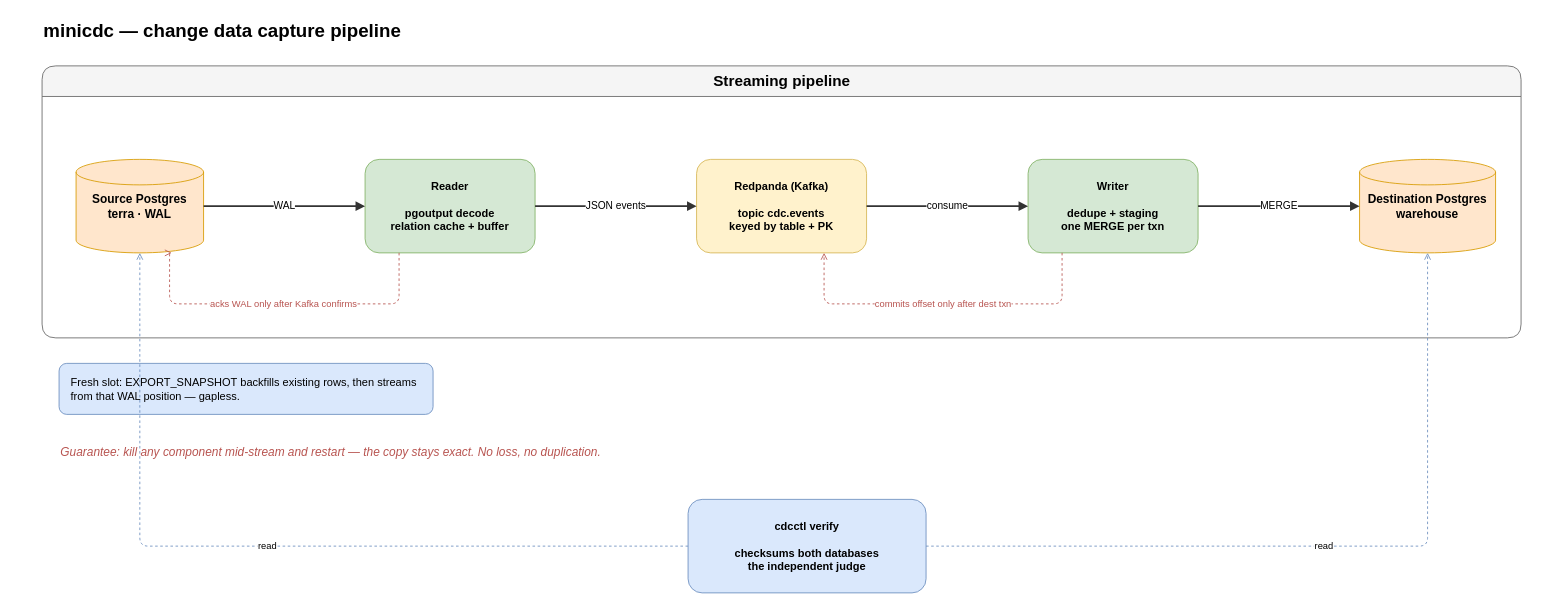
This is docs/assets/architecture.drawio from BABTUNA/minicdc, a draw.io file, before an edit. Source tidied: cells renumbered, new cells numbered last; positions are measured from the earlier drawing's top-left corner, leaving out a move shared by most shapes. Both pictures are drawn from the tidied source at 85%, with x=0, y=0 at pixel (42, 14).
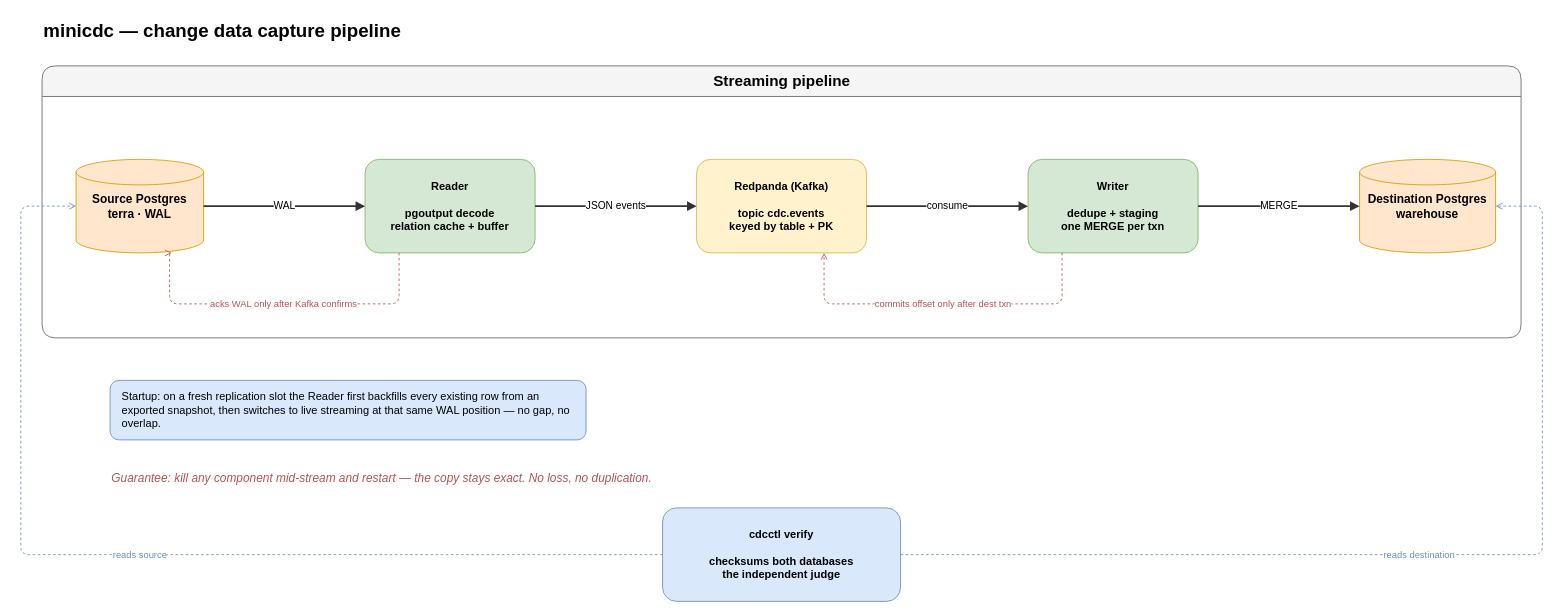
The same page after the edit.

Commit message (it also covers changes not shown here):
Diagram: route verify read-lines to margins, clarify the backfill note

The verify reads now run in the page margins so they cross no boxes, and
the startup/backfill note is reworded to stand on its own.

Unchanged cells that the change refers to:
```xml
<mxCell id="4" value="Source Postgres&#10;terra · WAL" style="shape=cylinder3;whiteSpace=wrap;html=1;fillColor=#ffe6cc;strokeColor=#d79b00;fontSize=14;fontStyle=1;" parent="3" vertex="1">
  <mxGeometry x="40" y="110" width="150" height="110" as="geometry" />
</mxCell>
<mxCell id="8" value="Destination Postgres&#10;warehouse" style="shape=cylinder3;whiteSpace=wrap;html=1;fillColor=#ffe6cc;strokeColor=#d79b00;fontSize=14;fontStyle=1;" parent="3" vertex="1">
  <mxGeometry x="1550" y="110" width="160" height="110" as="geometry" />
</mxCell>
```

Diff of the diagram source:
```diff
@@
+    <mxCell id="18" value="reads source" style="edgeStyle=orthogonalEdgeStyle;rounded=1;html=1;fontSize=11;endArrow=open;dashed=1;strokeColor=#6c8ebf;fontColor=#6c8ebf;exitX=0;exitY=0.5;entryX=0;entryY=0.5;" parent="1" edge="1" source="17" target="4">
+      <mxGeometry relative="1" as="geometry">
+        <Array as="points">
+          <mxPoint x="-25" y="635" />
+          <mxPoint x="-25" y="225" />
+        </Array>
+      </mxGeometry>
+    </mxCell>
+    <mxCell id="19" value="reads destination" style="edgeStyle=orthogonalEdgeStyle;rounded=1;html=1;fontSize=11;endArrow=open;dashed=1;strokeColor=#6c8ebf;fontColor=#6c8ebf;exitX=1;exitY=0.5;entryX=1;entryY=0.5;" parent="1" edge="1" source="17" target="8">
+      <mxGeometry relative="1" as="geometry">
+        <Array as="points">
+          <mxPoint x="1765" y="635" />
+          <mxPoint x="1765" y="225" />
+        </Array>
+      </mxGeometry>
+    </mxCell>
-    <mxCell id="15" value="Fresh slot: EXPORT_SNAPSHOT backfills existing rows, then streams from that WAL position — gapless." style="rounded=1;whiteSpace=wrap;html=1;fillColor=#dae8fc;strokeColor=#6c8ebf;fontSize=13;align=left;verticalAlign=middle;spacingLeft=12;" parent="1" vertex="1">
-      <mxGeometry x="20" y="410" width="440" height="60" as="geometry" />
+    <mxCell id="15" value="Startup: on a fresh replication slot the Reader first backfills every existing row from an exported snapshot, then switches to live streaming at that same WAL position — no gap, no overlap." style="rounded=1;whiteSpace=wrap;html=1;fillColor=#dae8fc;strokeColor=#6c8ebf;fontSize=13;align=left;verticalAlign=middle;spacingLeft=12;spacingRight=12;" parent="1" vertex="1">
+      <mxGeometry x="80" y="430" width="560" height="70" as="geometry" />
     </mxCell>
     <mxCell id="16" value="Guarantee: kill any component mid-stream and restart — the copy stays exact. No loss, no duplication." style="text;html=1;strokeColor=none;fillColor=none;align=left;verticalAlign=middle;fontSize=14;fontStyle=2;fontColor=#b85450;" parent="1" vertex="1">
-      <mxGeometry x="20" y="500" width="900" height="30" as="geometry" />
+      <mxGeometry x="80" y="530" width="900" height="30" as="geometry" />
     </mxCell>
     <mxCell id="17" value="cdcctl verify&#10;&#10;checksums both databases&#10;the independent judge" style="rounded=1;whiteSpace=wrap;html=1;fillColor=#dae8fc;strokeColor=#6c8ebf;fontSize=13;fontStyle=1;" parent="1" vertex="1">
-      <mxGeometry x="760" y="570" width="280" height="110" as="geometry" />
+      <mxGeometry x="730" y="580" width="280" height="110" as="geometry" />
     </mxCell>
-    <mxCell id="18" value="read" style="edgeStyle=orthogonalEdgeStyle;rounded=1;html=1;fontSize=11;endArrow=open;dashed=1;strokeColor=#6c8ebf;" parent="1" edge="1" source="17" target="4">
-      <mxGeometry relative="1" as="geometry" />
-    </mxCell>
-    <mxCell id="19" value="read" style="edgeStyle=orthogonalEdgeStyle;rounded=1;html=1;fontSize=11;endArrow=open;dashed=1;strokeColor=#6c8ebf;" parent="1" edge="1" source="17" target="8">
-      <mxGeometry relative="1" as="geometry" />
-    </mxCell>
```
